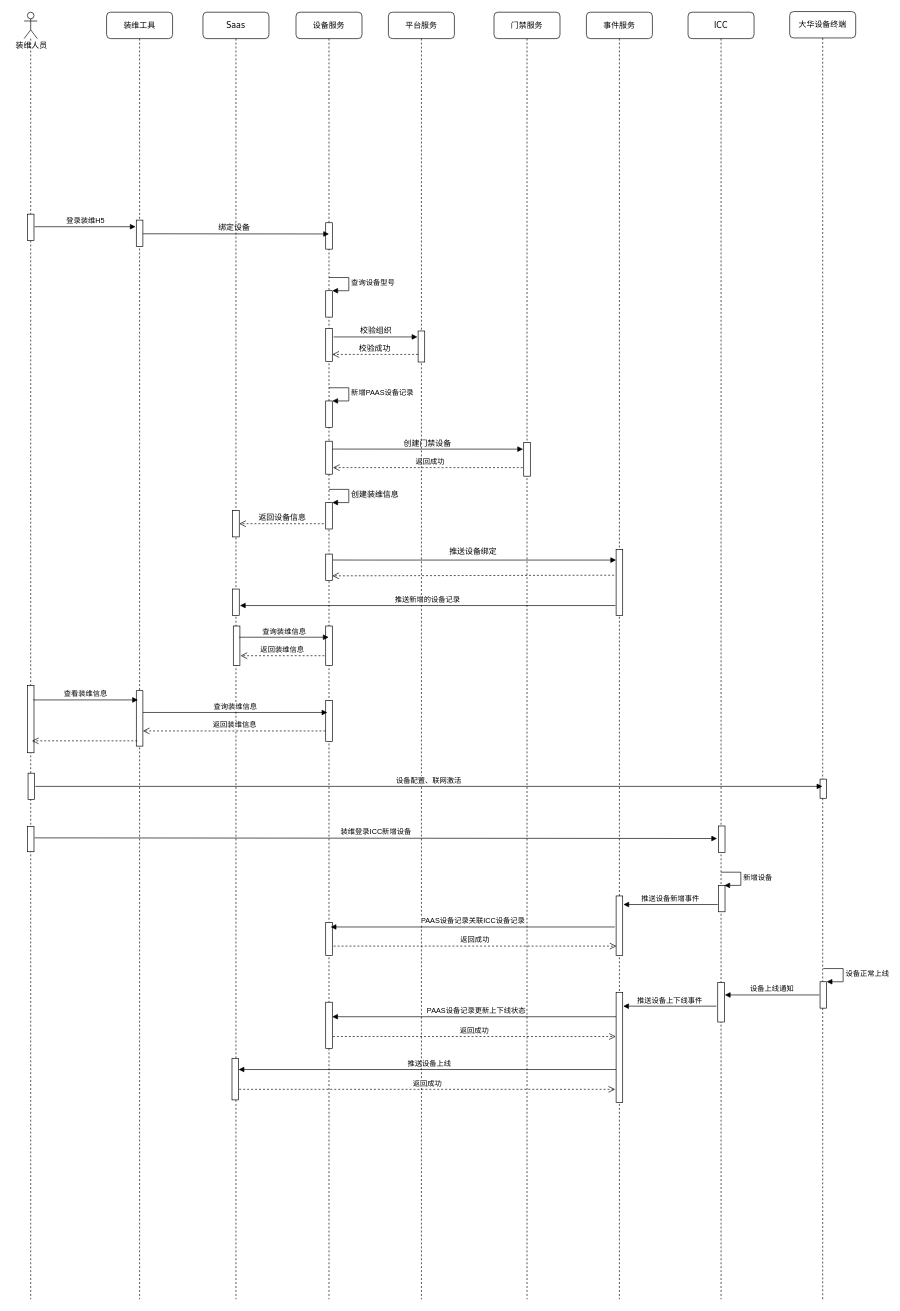
HughRudolf/Drawio keeps this draw.io diagram as page "设备绑定" (1 of 2) of ICC-设备绑定.drawio. Above is the earlier version. Source tidied: cells renumbered, new cells numbered last; positions are measured from the earlier drawing's top-left corner, leaving out a move shared by most shapes. Both pictures are drawn from the tidied source at 66%, with x=0, y=0 at pixel (11, 11).
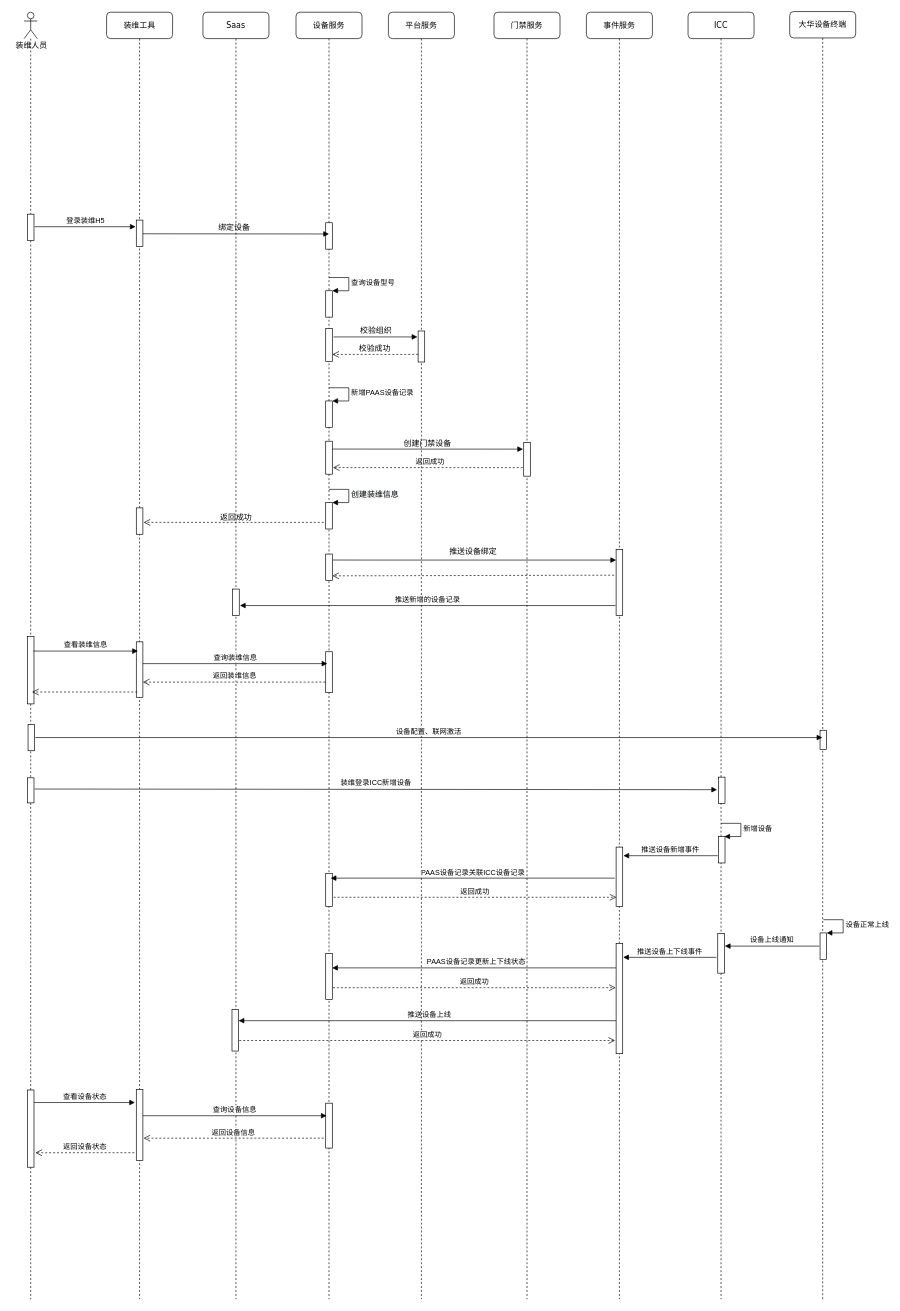
After the change.

Unchanged cells that the change refers to:
```xml
<mxCell id="2" value="设备服务" style="shape=umlLifeline;perimeter=lifelinePerimeter;whiteSpace=wrap;html=1;rounded=1;shadow=0;comic=0;labelBackgroundColor=none;strokeWidth=1;fontFamily=Verdana;fontSize=12;align=center;" parent="1" vertex="1">
  <mxGeometry x="431" y="1" width="100" height="1950" as="geometry" />
</mxCell>
<mxCell id="21" value="事件服务" style="shape=umlLifeline;perimeter=lifelinePerimeter;whiteSpace=wrap;html=1;outlineConnect=0;rounded=1;shadow=0;comic=0;labelBackgroundColor=none;strokeWidth=1;fontFamily=Verdana;fontSize=12;align=center;" parent="1" vertex="1">
  <mxGeometry x="871" y="1" width="100" height="1950" as="geometry" />
</mxCell>
<mxCell id="23" value="平台服务" style="shape=umlLifeline;perimeter=lifelinePerimeter;whiteSpace=wrap;html=1;rounded=1;shadow=0;comic=0;labelBackgroundColor=none;strokeWidth=1;fontFamily=Verdana;fontSize=12;align=center;" parent="1" vertex="1">
  <mxGeometry x="571" y="1" width="100" height="1950" as="geometry" />
</mxCell>
<mxCell id="31" value="Saas" style="shape=umlLifeline;perimeter=lifelinePerimeter;whiteSpace=wrap;html=1;rounded=1;shadow=0;comic=0;labelBackgroundColor=none;strokeWidth=1;fontFamily=Verdana;fontSize=12;align=center;" parent="1" vertex="1">
  <mxGeometry x="290" y="1" width="100" height="1950" as="geometry" />
</mxCell>
<mxCell id="42" value="ICC" style="shape=umlLifeline;perimeter=lifelinePerimeter;whiteSpace=wrap;html=1;rounded=1;shadow=0;comic=0;labelBackgroundColor=none;strokeWidth=1;fontFamily=Verdana;fontSize=12;align=center;" parent="1" vertex="1">
  <mxGeometry x="1025" y="1" width="100" height="1950" as="geometry" />
</mxCell>
<mxCell id="52" value="装维工具" style="shape=umlLifeline;perimeter=lifelinePerimeter;whiteSpace=wrap;html=1;rounded=1;shadow=0;comic=0;labelBackgroundColor=none;strokeWidth=1;fontFamily=Verdana;fontSize=12;align=center;" parent="1" vertex="1">
  <mxGeometry x="144" y="1" width="100" height="1950" as="geometry" />
</mxCell>
<mxCell id="59" style="shape=umlLifeline;participant=umlActor;perimeter=lifelinePerimeter;whiteSpace=wrap;html=1;verticalAlign=top;spacingTop=36;size=40;" parent="1" vertex="1">
  <mxGeometry x="19" y="1" width="20" height="1950" as="geometry" />
</mxCell>
<mxCell id="66" value="大华设备终端" style="shape=umlLifeline;perimeter=lifelinePerimeter;whiteSpace=wrap;html=1;rounded=1;shadow=0;comic=0;labelBackgroundColor=none;strokeWidth=1;fontFamily=Verdana;fontSize=12;align=center;" parent="1" vertex="1">
  <mxGeometry x="1179" width="100" height="1951" as="geometry" />
</mxCell>
```

What changed in the source:
```diff
@@
     <mxCell id="3" style="html=1;perimeter=orthogonalPerimeter;rounded=0;shadow=0;comic=0;labelBackgroundColor=none;strokeWidth=1;fontFamily=Verdana;fontSize=12;align=center;" parent="2" vertex="1">
-      <mxGeometry x="45" y="1379" width="10" height="50" as="geometry" />
+      <mxGeometry x="45" y="1305" width="10" height="50" as="geometry" />
     </mxCell>
@@
     <mxCell id="6" value="返回成功" style="html=1;verticalAlign=bottom;endArrow=open;dashed=1;endSize=8;rounded=0;" parent="2" edge="1">
       <mxGeometry relative="1" as="geometry">
-        <mxPoint x="57" y="1415" as="sourcePoint" />
-        <mxPoint x="485.5" y="1415" as="targetPoint" />
+        <mxPoint x="57" y="1341" as="sourcePoint" />
+        <mxPoint x="485.5" y="1341" as="targetPoint" />
       </mxGeometry>
     </mxCell>
@@
     <mxCell id="11" style="html=1;verticalAlign=bottom;endArrow=open;dashed=1;endSize=8;rounded=0;" parent="2" edge="1">
       <mxGeometry relative="1" as="geometry">
-        <mxPoint x="42" y="775" as="sourcePoint" />
-        <mxPoint x="-86" y="775" as="targetPoint" />
+        <mxPoint x="42" y="773" as="sourcePoint" />
+        <mxPoint x="-231" y="773" as="targetPoint" />
       </mxGeometry>
     </mxCell>
@@
-    <mxCell id="16" style="html=1;perimeter=orthogonalPerimeter;" parent="2" vertex="1">
-      <mxGeometry x="45" y="930" width="10" height="60" as="geometry" />
-    </mxCell>
     <mxCell id="17" style="html=1;perimeter=orthogonalPerimeter;" parent="2" vertex="1">
-      <mxGeometry x="45" y="1043" width="10" height="62" as="geometry" />
+      <mxGeometry x="45" y="969" width="10" height="62" as="geometry" />
     </mxCell>
     <mxCell id="18" style="html=1;perimeter=orthogonalPerimeter;" parent="2" vertex="1">
-      <mxGeometry x="45" y="1500" width="10" height="70" as="geometry" />
+      <mxGeometry x="45" y="1426" width="10" height="70" as="geometry" />
     </mxCell>
     <mxCell id="19" value="返回成功" style="html=1;verticalAlign=bottom;endArrow=open;dashed=1;endSize=8;rounded=0;" parent="2" edge="1">
       <mxGeometry relative="1" as="geometry">
-        <mxPoint x="56" y="1552" as="sourcePoint" />
-        <mxPoint x="484.5" y="1552" as="targetPoint" />
+        <mxPoint x="56" y="1478" as="sourcePoint" />
+        <mxPoint x="484.5" y="1478" as="targetPoint" />
       </mxGeometry>
     </mxCell>
-    <mxCell id="20" value="推送设备上线" style="html=1;verticalAlign=bottom;endArrow=block;rounded=0;" parent="2" edge="1" source="21">
+    <mxCell id="20" value="推送设备上线" style="html=1;verticalAlign=bottom;endArrow=block;rounded=0;" parent="2" edge="1">
       <mxGeometry relative="1" as="geometry">
-        <mxPoint x="-87" y="1602" as="targetPoint" />
+        <mxPoint x="489.5" y="1528" as="sourcePoint" />
+        <mxPoint x="-87" y="1528" as="targetPoint" />
       </mxGeometry>
     </mxCell>
+    <mxCell id="80" style="html=1;perimeter=orthogonalPerimeter;" parent="2" vertex="1">
+      <mxGeometry x="45" y="1653" width="10" height="68" as="geometry" />
+    </mxCell>
@@
     <mxCell id="22" style="html=1;perimeter=orthogonalPerimeter;rounded=0;shadow=0;comic=0;labelBackgroundColor=none;strokeWidth=1;fontFamily=Verdana;fontSize=12;align=center;" parent="1" vertex="1">
-      <mxGeometry x="916" y="1340" width="10" height="90" as="geometry" />
+      <mxGeometry x="916" y="1266" width="10" height="90" as="geometry" />
     </mxCell>
@@
-    <mxCell id="26" value="PAAS设备记录更新上下线状态" style="html=1;verticalAlign=bottom;endArrow=block;rounded=0;" parent="23" edge="1" source="21">
+    <mxCell id="26" value="PAAS设备记录更新上下线状态" style="html=1;verticalAlign=bottom;endArrow=block;rounded=0;" parent="23" edge="1">
       <mxGeometry relative="1" as="geometry">
-        <mxPoint x="-85.2" y="1522" as="targetPoint" />
+        <mxPoint x="349.5" y="1448" as="sourcePoint" />
+        <mxPoint x="-85.2" y="1448" as="targetPoint" />
       </mxGeometry>
     </mxCell>
@@
-    <mxCell id="32" style="html=1;perimeter=orthogonalPerimeter;rounded=0;shadow=0;comic=0;labelBackgroundColor=none;strokeWidth=1;fontFamily=Verdana;fontSize=12;align=center;" parent="31" vertex="1">
-      <mxGeometry x="45" y="755" width="10" height="40" as="geometry" />
-    </mxCell>
@@
-    <mxCell id="35" style="html=1;perimeter=orthogonalPerimeter;" parent="31" vertex="1">
-      <mxGeometry x="46" y="930" width="10" height="60" as="geometry" />
-    </mxCell>
-    <mxCell id="36" value="查询装维信息" style="html=1;verticalAlign=bottom;endArrow=block;rounded=0;" parent="31" edge="1">
-      <mxGeometry relative="1" as="geometry">
-        <mxPoint x="55" y="947" as="sourcePoint" />
-        <mxPoint x="190.5" y="947" as="targetPoint" />
-      </mxGeometry>
-    </mxCell>
     <mxCell id="37" style="html=1;perimeter=orthogonalPerimeter;" parent="31" vertex="1">
-      <mxGeometry x="44" y="1585" width="10" height="63" as="geometry" />
+      <mxGeometry x="44" y="1511" width="10" height="63" as="geometry" />
     </mxCell>
     <mxCell id="38" value="返回成功" style="html=1;verticalAlign=bottom;endArrow=open;dashed=1;endSize=8;rounded=0;" parent="31" edge="1">
       <mxGeometry relative="1" as="geometry">
-        <mxPoint x="55" y="1632" as="sourcePoint" />
-        <mxPoint x="624.5" y="1632" as="targetPoint" />
+        <mxPoint x="55" y="1558" as="sourcePoint" />
+        <mxPoint x="624.5" y="1558" as="targetPoint" />
       </mxGeometry>
     </mxCell>
+    <mxCell id="58" value="返回成功" style="text;html=1;align=center;verticalAlign=middle;strokeColor=none;fillColor=none;" parent="31" vertex="1">
+      <mxGeometry x="20" y="756" width="60" height="20" as="geometry" />
+    </mxCell>
@@
     <mxCell id="44" style="html=1;perimeter=orthogonalPerimeter;" parent="42" vertex="1">
-      <mxGeometry x="46" y="1323" width="10" height="40" as="geometry" />
+      <mxGeometry x="46" y="1249" width="10" height="40" as="geometry" />
     </mxCell>
     <mxCell id="45" value="新增设备" style="edgeStyle=orthogonalEdgeStyle;html=1;align=left;spacingLeft=2;endArrow=block;rounded=0;entryX=1;entryY=0;" parent="42" edge="1">
       <mxGeometry relative="1" as="geometry">
-        <mxPoint x="50" y="1303" as="sourcePoint" />
-        <mxPoint x="55" y="1323" as="targetPoint" />
+        <mxPoint x="50" y="1229" as="sourcePoint" />
+        <mxPoint x="55" y="1249" as="targetPoint" />
         <Array as="points">
-          <mxPoint x="80" y="1303" />
+          <mxPoint x="80" y="1229" />
         </Array>
       </mxGeometry>
     </mxCell>
     <mxCell id="46" style="html=1;perimeter=orthogonalPerimeter;" parent="42" vertex="1">
-      <mxGeometry x="46" y="1233" width="10" height="40" as="geometry" />
+      <mxGeometry x="46" y="1159" width="10" height="40" as="geometry" />
     </mxCell>
     <mxCell id="47" style="html=1;perimeter=orthogonalPerimeter;" parent="42" vertex="1">
-      <mxGeometry x="45" y="1470" width="10" height="60" as="geometry" />
+      <mxGeometry x="45" y="1396" width="10" height="60" as="geometry" />
     </mxCell>
     <mxCell id="48" value="推送设备新增事件" style="html=1;verticalAlign=bottom;endArrow=block;rounded=0;" parent="1" edge="1">
       <mxGeometry relative="1" as="geometry">
-        <mxPoint x="1070" y="1353" as="sourcePoint" />
-        <mxPoint x="927" y="1353" as="targetPoint" />
+        <mxPoint x="1070" y="1279" as="sourcePoint" />
+        <mxPoint x="927" y="1279" as="targetPoint" />
       </mxGeometry>
     </mxCell>
     <mxCell id="49" value="PAAS设备记录关联ICC设备记录" style="html=1;verticalAlign=bottom;endArrow=block;rounded=0;" parent="1" edge="1">
       <mxGeometry relative="1" as="geometry">
-        <mxPoint x="914" y="1387" as="sourcePoint" />
-        <mxPoint x="483.5" y="1387" as="targetPoint" />
+        <mxPoint x="914" y="1313" as="sourcePoint" />
+        <mxPoint x="483.5" y="1313" as="targetPoint" />
       </mxGeometry>
     </mxCell>
     <mxCell id="50" value="装维登录ICC新增设备" style="html=1;verticalAlign=bottom;endArrow=block;rounded=0;" parent="1" edge="1">
       <mxGeometry relative="1" as="geometry">
-        <mxPoint x="35" y="1252" as="sourcePoint" />
-        <mxPoint x="1069" y="1253" as="targetPoint" />
+        <mxPoint x="35" y="1178" as="sourcePoint" />
+        <mxPoint x="1069" y="1179" as="targetPoint" />
       </mxGeometry>
     </mxCell>
@@
     <mxCell id="54" style="html=1;perimeter=orthogonalPerimeter;" parent="52" vertex="1">
-      <mxGeometry x="45" y="1028" width="10" height="84" as="geometry" />
+      <mxGeometry x="45" y="954" width="10" height="84" as="geometry" />
     </mxCell>
     <mxCell id="55" value="查询装维信息" style="html=1;verticalAlign=bottom;endArrow=block;rounded=0;" parent="52" edge="1">
       <mxGeometry relative="1" as="geometry">
-        <mxPoint x="55" y="1061" as="sourcePoint" />
-        <mxPoint x="334.5" y="1061" as="targetPoint" />
+        <mxPoint x="55" y="987" as="sourcePoint" />
+        <mxPoint x="334.5" y="987" as="targetPoint" />
       </mxGeometry>
     </mxCell>
     <mxCell id="56" value="返回装维信息" style="html=1;verticalAlign=bottom;endArrow=open;dashed=1;endSize=8;rounded=0;" parent="52" edge="1">
       <mxGeometry relative="1" as="geometry">
-        <mxPoint x="331.5" y="1089" as="sourcePoint" />
-        <mxPoint x="55" y="1089" as="targetPoint" />
+        <mxPoint x="331.5" y="1015" as="sourcePoint" />
+        <mxPoint x="55" y="1015" as="targetPoint" />
       </mxGeometry>
     </mxCell>
+    <mxCell id="32" style="html=1;perimeter=orthogonalPerimeter;rounded=0;shadow=0;comic=0;labelBackgroundColor=none;strokeWidth=1;fontFamily=Verdana;fontSize=12;align=center;" parent="52" vertex="1">
+      <mxGeometry x="45" y="751" width="10" height="40" as="geometry" />
+    </mxCell>
+    <mxCell id="81" style="html=1;perimeter=orthogonalPerimeter;" parent="52" vertex="1">
+      <mxGeometry x="45" y="1632" width="10" height="108" as="geometry" />
+    </mxCell>
+    <mxCell id="82" value="查询设备信息" style="html=1;verticalAlign=bottom;endArrow=block;rounded=0;" parent="52" edge="1">
+      <mxGeometry relative="1" as="geometry">
+        <mxPoint x="55" y="1672" as="sourcePoint" />
+        <mxPoint x="333.5" y="1672" as="targetPoint" />
+      </mxGeometry>
+    </mxCell>
@@
-    <mxCell id="58" value="返回设备信息" style="text;html=1;align=center;verticalAlign=middle;strokeColor=none;fillColor=none;" parent="1" vertex="1">
-      <mxGeometry x="365" y="757" width="90" height="20" as="geometry" />
-    </mxCell>
@@
     <mxCell id="61" style="html=1;perimeter=orthogonalPerimeter;rounded=0;shadow=0;comic=0;labelBackgroundColor=none;strokeWidth=1;fontFamily=Verdana;fontSize=12;align=center;" parent="59" vertex="1">
-      <mxGeometry x="6" y="1153" width="10" height="40" as="geometry" />
+      <mxGeometry x="6" y="1079" width="10" height="40" as="geometry" />
     </mxCell>
     <mxCell id="62" style="html=1;perimeter=orthogonalPerimeter;" parent="59" vertex="1">
-      <mxGeometry x="5" y="1020" width="10" height="102" as="geometry" />
+      <mxGeometry x="5" y="946" width="10" height="102" as="geometry" />
     </mxCell>
     <mxCell id="63" style="html=1;perimeter=orthogonalPerimeter;" parent="59" vertex="1">
-      <mxGeometry x="5" y="1234" width="10" height="38" as="geometry" />
+      <mxGeometry x="5" y="1160" width="10" height="38" as="geometry" />
     </mxCell>
+    <mxCell id="83" style="html=1;perimeter=orthogonalPerimeter;" parent="59" vertex="1">
+      <mxGeometry x="5" y="1633" width="10" height="117" as="geometry" />
+    </mxCell>
@@
     <mxCell id="68" style="html=1;perimeter=orthogonalPerimeter;" parent="66" vertex="1">
-      <mxGeometry x="46" y="1163" width="10" height="29" as="geometry" />
+      <mxGeometry x="46" y="1089" width="10" height="29" as="geometry" />
     </mxCell>
     <mxCell id="69" style="html=1;points=[];perimeter=orthogonalPerimeter;" parent="66" vertex="1">
-      <mxGeometry x="46" y="1470" width="10" height="40" as="geometry" />
+      <mxGeometry x="46" y="1396" width="10" height="40" as="geometry" />
     </mxCell>
     <mxCell id="70" value="设备正常上线" style="edgeStyle=orthogonalEdgeStyle;html=1;align=left;spacingLeft=2;endArrow=block;rounded=0;entryX=1;entryY=0;" parent="66" edge="1" target="69">
       <mxGeometry relative="1" as="geometry">
-        <mxPoint x="51" y="1450" as="sourcePoint" />
+        <mxPoint x="51" y="1376" as="sourcePoint" />
         <Array as="points">
-          <mxPoint x="81" y="1450" />
+          <mxPoint x="81" y="1376" />
         </Array>
       </mxGeometry>
     </mxCell>
@@
-    <mxCell id="72" value="返回装维信息" style="html=1;verticalAlign=bottom;endArrow=open;dashed=1;endSize=8;rounded=0;" parent="1" edge="1">
-      <mxGeometry relative="1" as="geometry">
-        <mxPoint x="474" y="976" as="sourcePoint" />
-        <mxPoint x="347" y="976" as="targetPoint" />
-      </mxGeometry>
-    </mxCell>
     <mxCell id="73" value="设备配置、联网激活" style="html=1;verticalAlign=bottom;endArrow=block;rounded=0;" parent="1" edge="1">
       <mxGeometry relative="1" as="geometry">
-        <mxPoint x="36" y="1174" as="sourcePoint" />
-        <mxPoint x="1228.5" y="1174" as="targetPoint" />
+        <mxPoint x="36" y="1100" as="sourcePoint" />
+        <mxPoint x="1228.5" y="1100" as="targetPoint" />
       </mxGeometry>
     </mxCell>
     <mxCell id="74" value="查看装维信息" style="html=1;verticalAlign=bottom;endArrow=block;rounded=0;" parent="1" edge="1">
       <mxGeometry relative="1" as="geometry">
-        <mxPoint x="33" y="1043" as="sourcePoint" />
-        <mxPoint x="191.5" y="1043" as="targetPoint" />
+        <mxPoint x="33" y="969" as="sourcePoint" />
+        <mxPoint x="191.5" y="969" as="targetPoint" />
       </mxGeometry>
     </mxCell>
     <mxCell id="75" style="html=1;verticalAlign=bottom;endArrow=open;dashed=1;endSize=8;rounded=0;" parent="1" edge="1">
       <mxGeometry relative="1" as="geometry">
-        <mxPoint x="190.5" y="1105" as="sourcePoint" />
-        <mxPoint x="31" y="1105" as="targetPoint" />
+        <mxPoint x="190.5" y="1031" as="sourcePoint" />
+        <mxPoint x="31" y="1031" as="targetPoint" />
       </mxGeometry>
     </mxCell>
     <mxCell id="76" value="设备上线通知" style="html=1;verticalAlign=bottom;endArrow=block;rounded=0;" parent="1" edge="1">
       <mxGeometry relative="1" as="geometry">
-        <mxPoint x="1224" y="1490" as="sourcePoint" />
-        <mxPoint x="1080.7" y="1490" as="targetPoint" />
+        <mxPoint x="1224" y="1416" as="sourcePoint" />
+        <mxPoint x="1080.7" y="1416" as="targetPoint" />
       </mxGeometry>
     </mxCell>
     <mxCell id="77" value="推送设备上下线事件" style="html=1;verticalAlign=bottom;endArrow=block;rounded=0;" parent="1" edge="1">
       <mxGeometry relative="1" as="geometry">
-        <mxPoint x="1068" y="1507" as="sourcePoint" />
-        <mxPoint x="926.7" y="1507" as="targetPoint" />
+        <mxPoint x="1068" y="1433" as="sourcePoint" />
+        <mxPoint x="926.7" y="1433" as="targetPoint" />
       </mxGeometry>
     </mxCell>
     <mxCell id="78" style="html=1;perimeter=orthogonalPerimeter;" parent="1" vertex="1">
-      <mxGeometry x="916" y="1486" width="10" height="167" as="geometry" />
+      <mxGeometry x="916" y="1412" width="10" height="167" as="geometry" />
     </mxCell>
+    <mxCell id="84" value="查看设备状态" style="html=1;verticalAlign=bottom;endArrow=block;rounded=0;" parent="1" edge="1">
+      <mxGeometry relative="1" as="geometry">
+        <mxPoint x="34" y="1653" as="sourcePoint" />
+        <mxPoint x="187" y="1653" as="targetPoint" />
+      </mxGeometry>
+    </mxCell>
+    <mxCell id="85" value="返回设备信息" style="html=1;verticalAlign=bottom;endArrow=open;dashed=1;endSize=8;rounded=0;" parent="1" edge="1">
+      <mxGeometry relative="1" as="geometry">
+        <mxPoint x="473" y="1707" as="sourcePoint" />
+        <mxPoint x="200" y="1707" as="targetPoint" />
+      </mxGeometry>
+    </mxCell>
+    <mxCell id="86" value="返回设备状态" style="html=1;verticalAlign=bottom;endArrow=open;dashed=1;endSize=8;rounded=0;entryX=1;entryY=0.65;entryDx=0;entryDy=0;entryPerimeter=0;" parent="1" edge="1">
+      <mxGeometry relative="1" as="geometry">
+        <mxPoint x="186" y="1729" as="sourcePoint" />
+        <mxPoint x="36" y="1729.1" as="targetPoint" />
+      </mxGeometry>
+    </mxCell>
```
